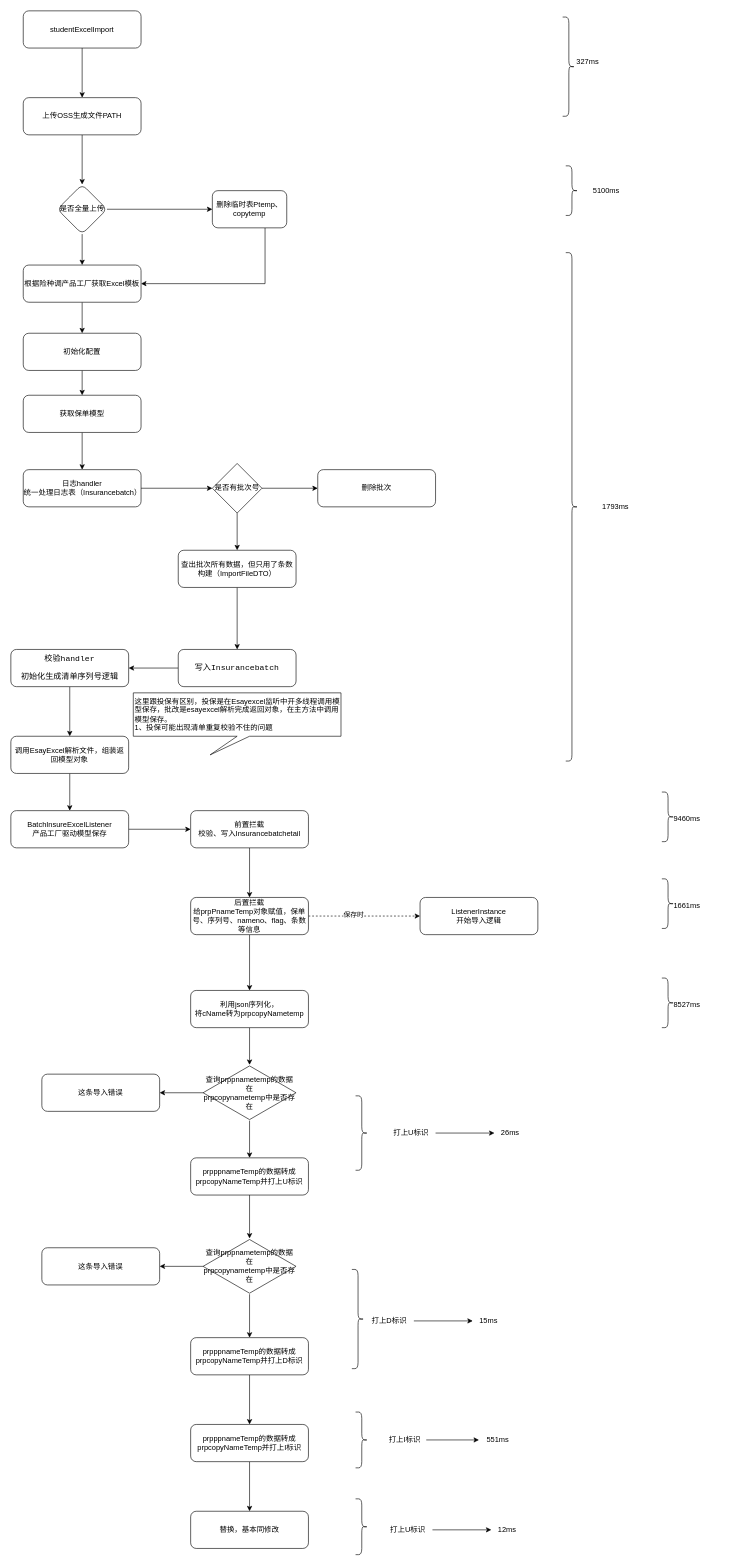
The draw.io diagram page "第 2 页" (2 of 3) of 1701清单上传流程图.drawio in java-zengguang/images, before the edit. Source tidied: cells renumbered, new cells numbered last; positions are measured from the earlier drawing's top-left corner, leaving out a move shared by most shapes. Both pictures are drawn from the tidied source at 62%, with x=0, y=0 at pixel (11, 11).
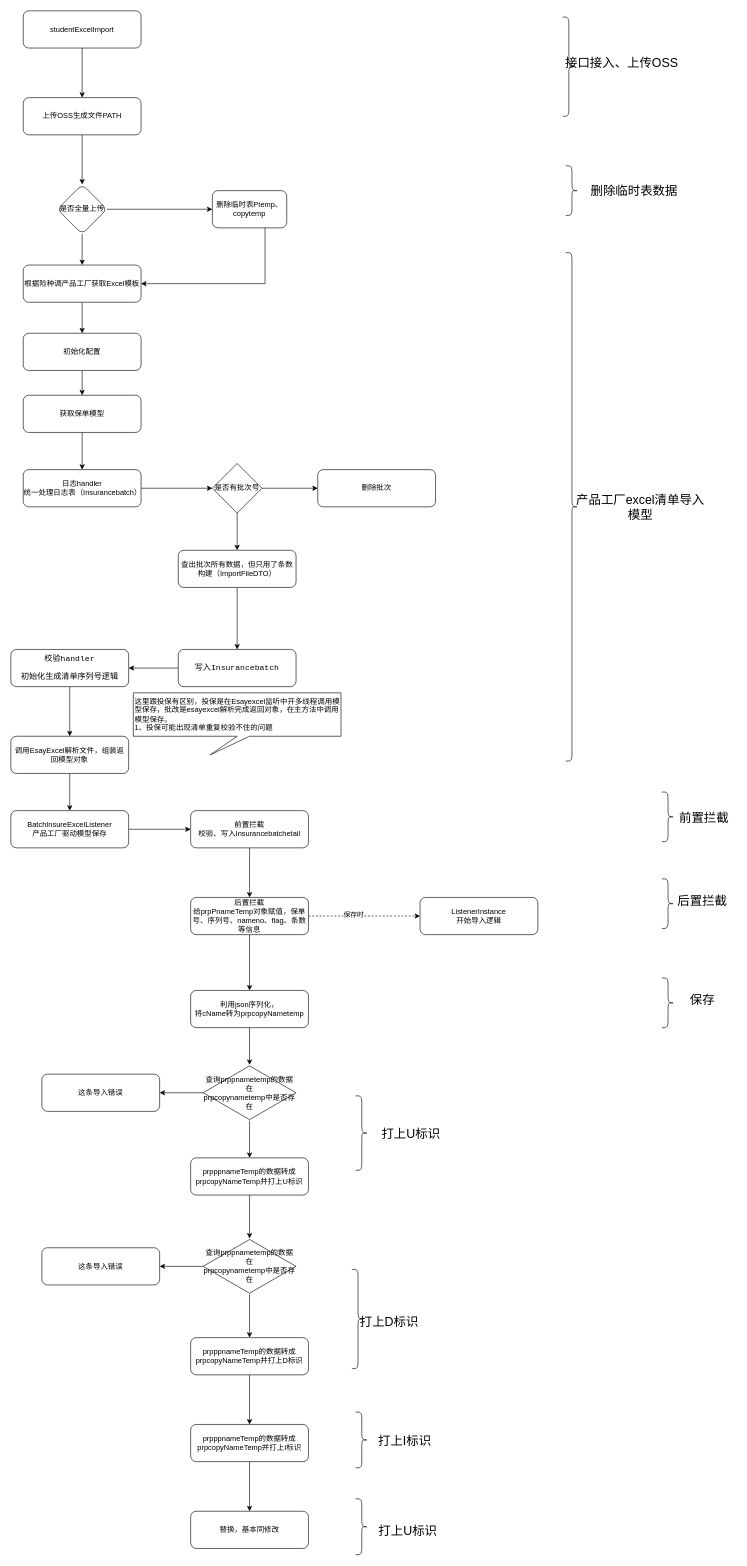
Above is the later version.

What changed in the source:
```diff
@@
-    <mxCell id="46" style="edgeStyle=orthogonalEdgeStyle;rounded=0;jettySize=auto;html=1;" parent="1" edge="1" source="47" target="81">
-      <mxGeometry relative="1" as="geometry" />
-    </mxCell>
-    <mxCell id="47" value="打上U标识" style="text;html=1;align=center;verticalAlign=middle;points=[];strokeColor=none;fillColor=none;" parent="1" vertex="1">
-      <mxGeometry x="605" y="1795" width="80" height="30" as="geometry" />
+    <mxCell id="47" value="&lt;font style=&quot;font-size: 20px;&quot;&gt;打上U标识&lt;/font&gt;" style="text;html=1;align=center;verticalAlign=middle;points=[];strokeColor=none;fillColor=none;" parent="1" vertex="1">
+      <mxGeometry x="585" y="1790" width="120" height="40" as="geometry" />
     </mxCell>
@@
-    <mxCell id="50" style="edgeStyle=orthogonalEdgeStyle;rounded=0;jettySize=auto;html=1;" parent="1" edge="1" source="51" target="82">
-      <mxGeometry relative="1" as="geometry" />
-    </mxCell>
-    <mxCell id="51" value="打上D标识" style="text;html=1;align=center;verticalAlign=middle;points=[];strokeColor=none;fillColor=none;" parent="1" vertex="1">
-      <mxGeometry x="570" y="2098" width="80" height="30" as="geometry" />
+    <mxCell id="51" value="&lt;font style=&quot;font-size: 20px;&quot;&gt;打上D标识&lt;/font&gt;" style="text;html=1;align=center;verticalAlign=middle;points=[];strokeColor=none;fillColor=none;" parent="1" vertex="1">
+      <mxGeometry x="550" y="2093" width="120" height="40" as="geometry" />
     </mxCell>
@@
-    <mxCell id="63" style="edgeStyle=orthogonalEdgeStyle;rounded=0;jettySize=auto;html=1;" parent="1" edge="1" source="64" target="83">
-      <mxGeometry relative="1" as="geometry" />
-    </mxCell>
-    <mxCell id="64" value="打上I标识" style="text;html=1;align=center;verticalAlign=middle;points=[];strokeColor=none;fillColor=none;" parent="1" vertex="1">
-      <mxGeometry x="600" y="2290" width="70" height="30" as="geometry" />
+    <mxCell id="64" value="&lt;font style=&quot;font-size: 20px;&quot;&gt;打上I标识&lt;/font&gt;" style="text;html=1;align=center;verticalAlign=middle;points=[];strokeColor=none;fillColor=none;" parent="1" vertex="1">
+      <mxGeometry x="580" y="2285" width="110" height="40" as="geometry" />
     </mxCell>
@@
-    <mxCell id="67" style="edgeStyle=orthogonalEdgeStyle;rounded=0;jettySize=auto;html=1;" parent="1" edge="1" source="68" target="84">
-      <mxGeometry relative="1" as="geometry" />
-    </mxCell>
-    <mxCell id="68" value="打上U标识" style="text;html=1;align=center;verticalAlign=middle;points=[];strokeColor=none;fillColor=none;" parent="1" vertex="1">
-      <mxGeometry x="600" y="2435" width="80" height="30" as="geometry" />
+    <mxCell id="68" value="&lt;font style=&quot;font-size: 20px;&quot;&gt;打上U标识&lt;/font&gt;" style="text;html=1;align=center;verticalAlign=middle;points=[];strokeColor=none;fillColor=none;" parent="1" vertex="1">
+      <mxGeometry x="580" y="2430" width="120" height="40" as="geometry" />
     </mxCell>
@@
-    <mxCell id="70" value="327ms" style="text;html=1;align=center;verticalAlign=middle;strokeColor=none;fillColor=none;" parent="1" vertex="1">
-      <mxGeometry x="900" y="68" width="60" height="30" as="geometry" />
+    <mxCell id="70" value="&lt;font style=&quot;font-size: 20px;&quot;&gt;接口接入、上传OSS&lt;/font&gt;" style="text;html=1;align=center;verticalAlign=middle;strokeColor=none;fillColor=none;" parent="1" vertex="1">
+      <mxGeometry x="880" y="63" width="210" height="40" as="geometry" />
     </mxCell>
@@
-    <mxCell id="72" value="5100ms" style="text;html=1;align=center;verticalAlign=middle;strokeColor=none;fillColor=none;" parent="1" vertex="1">
-      <mxGeometry x="925" y="275" width="70" height="30" as="geometry" />
+    <mxCell id="72" value="&lt;font style=&quot;font-size: 20px;&quot;&gt;删除临时表数据&lt;/font&gt;" style="text;html=1;align=center;verticalAlign=middle;strokeColor=none;fillColor=none;" parent="1" vertex="1">
+      <mxGeometry x="925" y="270" width="160" height="40" as="geometry" />
     </mxCell>
@@
-    <mxCell id="74" value="1793ms" style="text;html=1;align=center;verticalAlign=middle;strokeColor=none;fillColor=none;" parent="1" vertex="1">
-      <mxGeometry x="940" y="785" width="70" height="30" as="geometry" />
+    <mxCell id="74" value="&lt;font style=&quot;font-size: 20px;&quot;&gt;产品工厂excel清单导入&lt;/font&gt;&lt;div style=&quot;font-size: 20px;&quot;&gt;&lt;font style=&quot;font-size: 20px;&quot;&gt;模型&lt;/font&gt;&lt;/div&gt;" style="text;html=1;align=center;verticalAlign=middle;strokeColor=none;fillColor=none;" parent="1" vertex="1">
+      <mxGeometry x="900" y="770" width="230" height="60" as="geometry" />
     </mxCell>
@@
-    <mxCell id="76" value="9460ms" style="text;html=1;align=center;verticalAlign=middle;strokeColor=none;fillColor=none;" parent="1" vertex="1">
-      <mxGeometry x="1055" y="1288" width="70" height="30" as="geometry" />
+    <mxCell id="76" value="&lt;font style=&quot;font-size: 20px;&quot;&gt;&amp;nbsp;前置拦截&lt;/font&gt;" style="text;html=1;align=center;verticalAlign=middle;strokeColor=none;fillColor=none;" parent="1" vertex="1">
+      <mxGeometry x="1060" y="1280" width="110" height="40" as="geometry" />
     </mxCell>
@@
-    <mxCell id="78" value="1661ms" style="text;html=1;align=center;verticalAlign=middle;strokeColor=none;fillColor=none;" parent="1" vertex="1">
-      <mxGeometry x="1055" y="1428" width="70" height="30" as="geometry" />
+    <mxCell id="78" value="&lt;font style=&quot;font-size: 20px;&quot;&gt;后置拦截&lt;/font&gt;" style="text;html=1;align=center;verticalAlign=middle;strokeColor=none;fillColor=none;" parent="1" vertex="1">
+      <mxGeometry x="1065" y="1415" width="100" height="40" as="geometry" />
     </mxCell>
@@
-    <mxCell id="80" value="8527ms" style="text;html=1;align=center;verticalAlign=middle;strokeColor=none;fillColor=none;" parent="1" vertex="1">
-      <mxGeometry x="1055" y="1588" width="70" height="30" as="geometry" />
+    <mxCell id="80" value="&lt;font style=&quot;font-size: 20px;&quot;&gt;保存&lt;/font&gt;" style="text;html=1;align=center;verticalAlign=middle;strokeColor=none;fillColor=none;" parent="1" vertex="1">
+      <mxGeometry x="1085" y="1575" width="60" height="40" as="geometry" />
     </mxCell>
-    <mxCell id="81" value="26ms" style="text;html=1;align=center;verticalAlign=middle;points=[];strokeColor=none;fillColor=none;" parent="1" vertex="1">
-      <mxGeometry x="780" y="1795" width="50" height="30" as="geometry" />
-    </mxCell>
-    <mxCell id="82" value="15ms" style="text;html=1;align=center;verticalAlign=middle;points=[];strokeColor=none;fillColor=none;" parent="1" vertex="1">
-      <mxGeometry x="745" y="2098" width="50" height="30" as="geometry" />
-    </mxCell>
-    <mxCell id="83" value="551ms" style="text;html=1;align=center;verticalAlign=middle;points=[];strokeColor=none;fillColor=none;" parent="1" vertex="1">
-      <mxGeometry x="755" y="2290" width="60" height="30" as="geometry" />
-    </mxCell>
-    <mxCell id="84" value="12ms" style="text;html=1;align=center;verticalAlign=middle;points=[];strokeColor=none;fillColor=none;" parent="1" vertex="1">
-      <mxGeometry x="775" y="2435" width="50" height="30" as="geometry" />
-    </mxCell>
```
